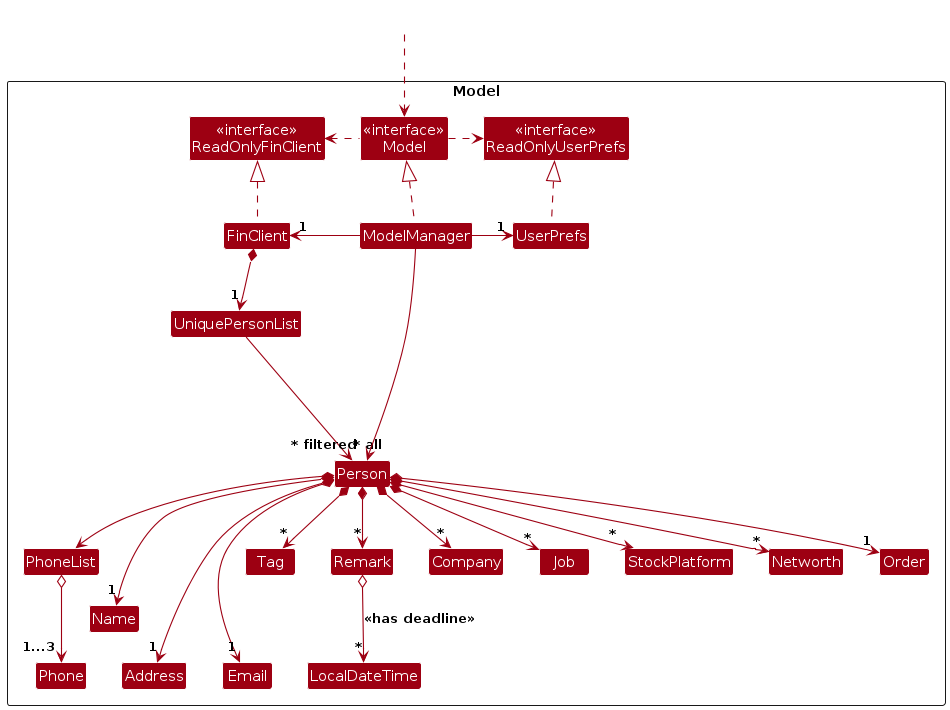
Earlier version of the PlantUML export diagrams/ModelClassDiagram.png (RickyHFR/tp). Its source is kept beside it as diagrams/ModelClassDiagram.puml.
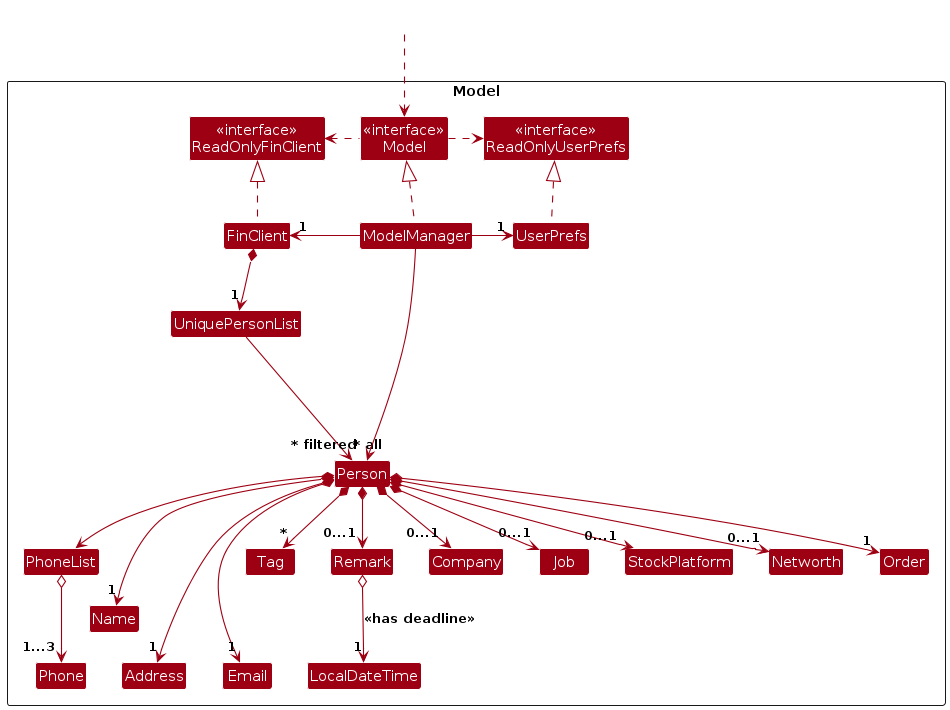
The same file after the commit.

Diff of the diagram source:
```diff
@@ -51,14 +51,14 @@
 Person *--> "1" Address
 Person *--> "1" Order
 Person *--> "*" Tag
-Person *--> "*" Remark
-Person *--> "*" Company
-Person *--> "*" Job
-Person *--> "*" StockPlatform
-Person *--> "*" Networth
+Person *--> "0...1" Remark
+Person *--> "0...1" Company
+Person *--> "0...1" Job
+Person *--> "0...1" StockPlatform
+Person *--> "0...1" Networth
 
 PhoneList o--> "1...3" Phone
-Remark o--> "*" LocalDateTime : <<has deadline>>
+Remark o--> "1" LocalDateTime : <<has deadline>>
 
 Person -[hidden]up--> I
 UniquePersonList -[hidden]right-> I
```
